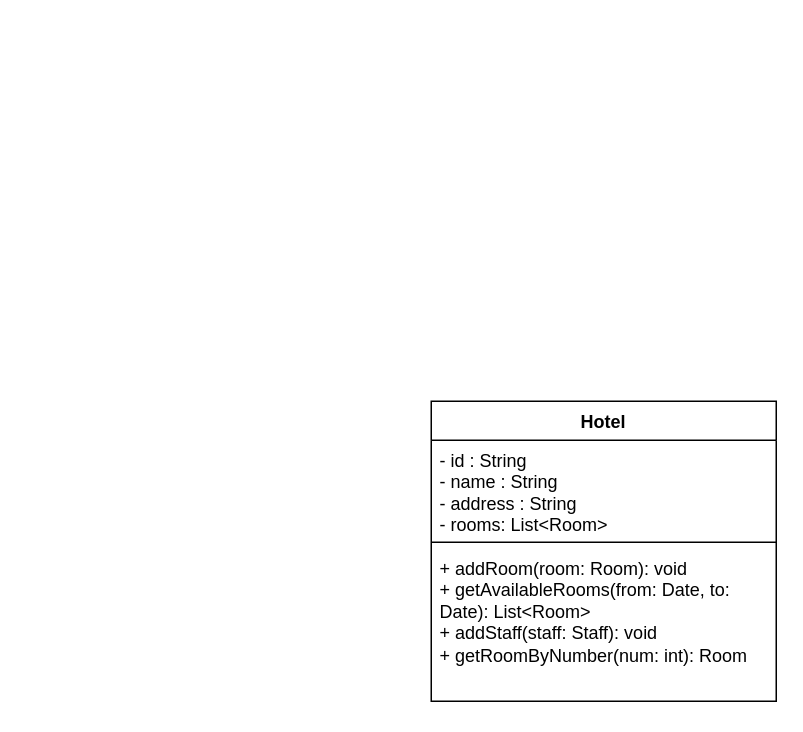
Before: Diagramme/LLD Hotel Management.drawio in Janardhan-Waghchaure/LLD_HotelManagement, a draw.io diagram. Source tidied: cells renumbered, new cells numbered last; positions are measured from the earlier drawing's top-left corner, leaving out a move shared by most shapes. Both pictures are drawn from the tidied source at 150%, with x=0, y=0 at pixel (430, 400).
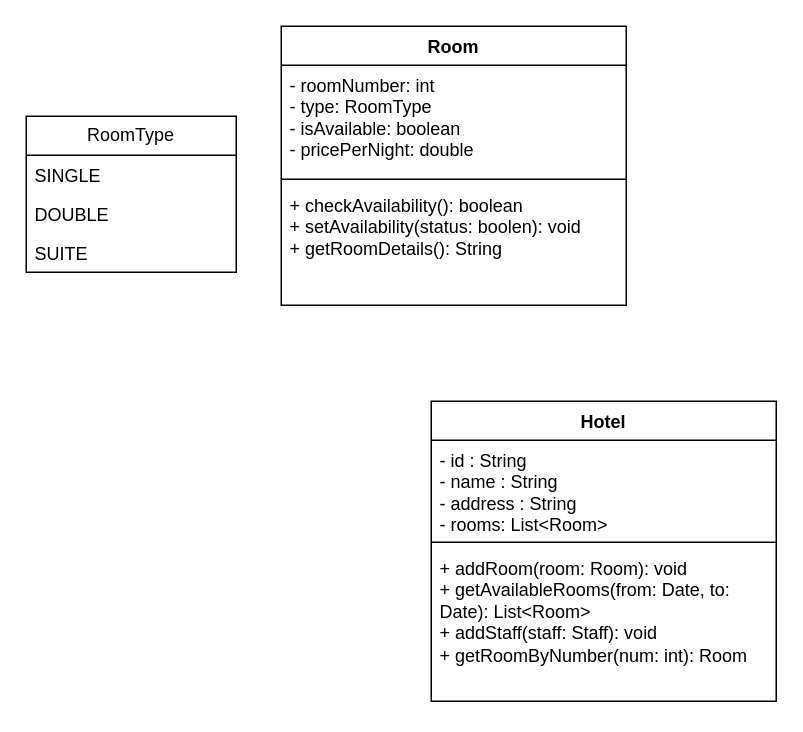
Above is the later version.

Commit message:
Added Entities Room and RoomType enum

What changed in the source:
```diff
@@
 <mxGraphModel>
   <root>
     <mxCell id="0" />
     <mxCell id="1" parent="0" />
     <mxCell id="2" value="Hotel" style="swimlane;fontStyle=1;align=center;verticalAlign=top;horizontal=1;startSize=26;whiteSpace=wrap;html=1;" parent="1" vertex="1">
       <mxGeometry width="230" height="200" as="geometry" />
     </mxCell>
     <mxCell id="3" value="- id : String&lt;br&gt;&lt;div&gt;- name : String&amp;nbsp;&lt;/div&gt;&lt;div&gt;- address : String&lt;/div&gt;&lt;div&gt;- rooms: List&amp;lt;Room&amp;gt;&lt;/div&gt;&lt;div&gt;- staff: List&amp;lt;Staff&amp;gt;&lt;/div&gt;" style="text;strokeColor=none;fillColor=none;align=left;verticalAlign=top;spacingLeft=4;spacingRight=4;overflow=hidden;whiteSpace=wrap;html=1;" parent="2" vertex="1">
       <mxGeometry y="26" width="230" height="64" as="geometry" />
     </mxCell>
     <mxCell id="4" style="line;strokeWidth=1;fillColor=none;align=left;verticalAlign=middle;spacingTop=-1;spacingLeft=3;spacingRight=3;labelPosition=right;strokeColor=inherit;" parent="2" vertex="1">
       <mxGeometry y="90" width="230" height="8" as="geometry" />
     </mxCell>
     <mxCell id="5" value="&lt;div&gt;+ addRoom(room: Room): void&lt;/div&gt;&lt;div&gt;+ getAvailableRooms(from: Date, to: Date): List&amp;lt;Room&amp;gt;&lt;/div&gt;&lt;div&gt;+ addStaff(staff: Staff): void&lt;/div&gt;&lt;div&gt;+ getRoomByNumber(num: int): Room&lt;/div&gt;" style="text;strokeColor=none;fillColor=none;align=left;verticalAlign=top;spacingLeft=4;spacingRight=4;overflow=hidden;whiteSpace=wrap;html=1;" parent="2" vertex="1">
       <mxGeometry y="98" width="230" height="102" as="geometry" />
     </mxCell>
+    <mxCell id="6" value="Room" style="swimlane;fontStyle=1;align=center;verticalAlign=top;horizontal=1;startSize=26;whiteSpace=wrap;html=1;" parent="1" vertex="1">
+      <mxGeometry x="-100" y="-250" width="230" height="186" as="geometry" />
+    </mxCell>
+    <mxCell id="7" value="- roomNumber: int&lt;div&gt;- type: RoomType&lt;/div&gt;&lt;div&gt;- isAvailable: boolean&lt;/div&gt;&lt;div&gt;- pricePerNight: double&lt;/div&gt;" style="text;strokeColor=none;fillColor=none;align=left;verticalAlign=top;spacingLeft=4;spacingRight=4;overflow=hidden;whiteSpace=wrap;html=1;" parent="6" vertex="1">
+      <mxGeometry y="26" width="230" height="72" as="geometry" />
+    </mxCell>
+    <mxCell id="8" style="line;strokeWidth=1;fillColor=none;align=left;verticalAlign=middle;spacingTop=-1;spacingLeft=3;spacingRight=3;labelPosition=right;strokeColor=inherit;" parent="6" vertex="1">
+      <mxGeometry y="98" width="230" height="8" as="geometry" />
+    </mxCell>
+    <mxCell id="9" value="+ checkAvailability(): boolean&lt;div&gt;+ setAvailability(status: boolen): void&lt;/div&gt;&lt;div&gt;+ getRoomDetails(): String&lt;/div&gt;" style="text;strokeColor=none;fillColor=none;align=left;verticalAlign=top;spacingLeft=4;spacingRight=4;overflow=hidden;whiteSpace=wrap;html=1;" parent="6" vertex="1">
+      <mxGeometry y="106" width="230" height="80" as="geometry" />
+    </mxCell>
+    <mxCell id="10" value="RoomType" style="swimlane;fontStyle=0;horizontal=1;startSize=26;fillColor=none;whiteSpace=wrap;html=1;" parent="1" vertex="1">
+      <mxGeometry x="-270" y="-190" width="140" height="104" as="geometry" />
+    </mxCell>
+    <mxCell id="11" value="SINGLE" style="text;strokeColor=none;fillColor=none;align=left;verticalAlign=top;spacingLeft=4;spacingRight=4;overflow=hidden;whiteSpace=wrap;html=1;" parent="10" vertex="1">
+      <mxGeometry y="26" width="140" height="26" as="geometry" />
+    </mxCell>
+    <mxCell id="12" value="DOUBLE" style="text;strokeColor=none;fillColor=none;align=left;verticalAlign=top;spacingLeft=4;spacingRight=4;overflow=hidden;whiteSpace=wrap;html=1;" parent="10" vertex="1">
+      <mxGeometry y="52" width="140" height="26" as="geometry" />
+    </mxCell>
+    <mxCell id="13" value="SUITE" style="text;strokeColor=none;fillColor=none;align=left;verticalAlign=top;spacingLeft=4;spacingRight=4;overflow=hidden;whiteSpace=wrap;html=1;" parent="10" vertex="1">
+      <mxGeometry y="78" width="140" height="26" as="geometry" />
+    </mxCell>
   </root>
 </mxGraphModel>
```
